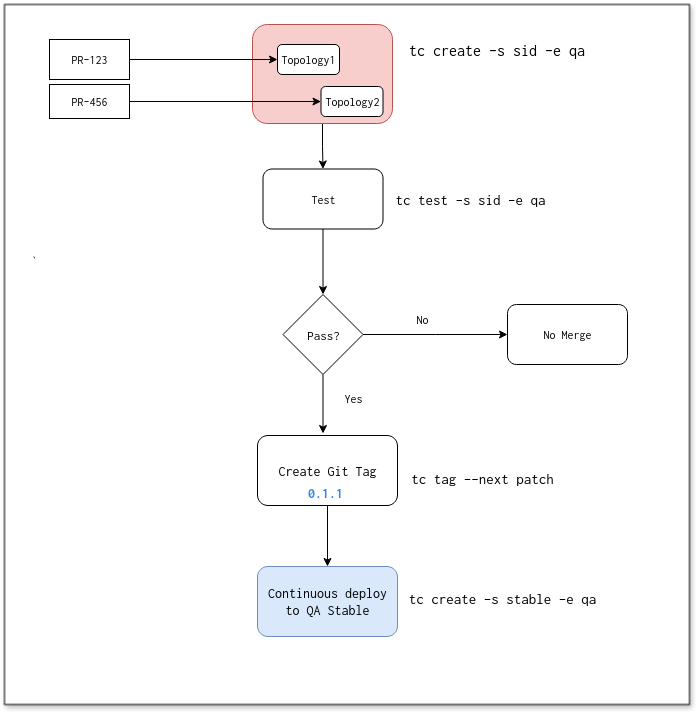
This is src/assets/release-1.png from tc-functors/docs, a draw.io export, as it was before one commit. Source tidied: cells renumbered, new cells last; positions are measured from the earlier drawing's top-left corner, leaving out a move shared by most shapes.
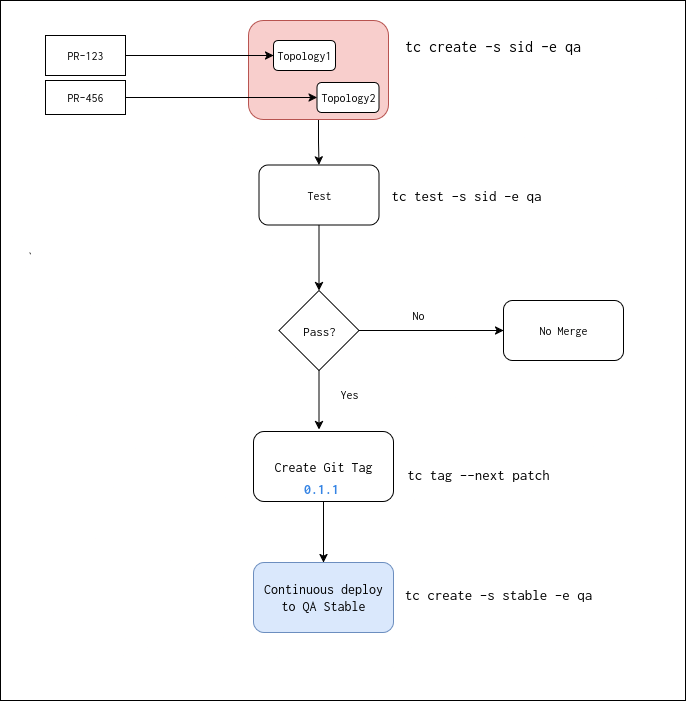
After the change.

Change to the diagram source:
```diff
@@ -2,7 +2,7 @@
   <root>
     <mxCell id="0" />
     <mxCell id="1" parent="0" />
-    <mxCell id="2" style="rounded=0;whiteSpace=wrap;html=1;shadow=1;glass=0;" parent="1" vertex="1">
+    <mxCell id="2" style="rounded=0;whiteSpace=wrap;html=1;shadow=0;glass=0;" parent="1" vertex="1">
       <mxGeometry width="685" height="700" as="geometry" />
     </mxCell>
     <mxCell id="3" style="edgeStyle=orthogonalEdgeStyle;rounded=0;jettySize=auto;html=1;entryX=0.5;entryY=0;entryDx=0;entryDy=0;" parent="1" edge="1" source="4" target="27">
```
